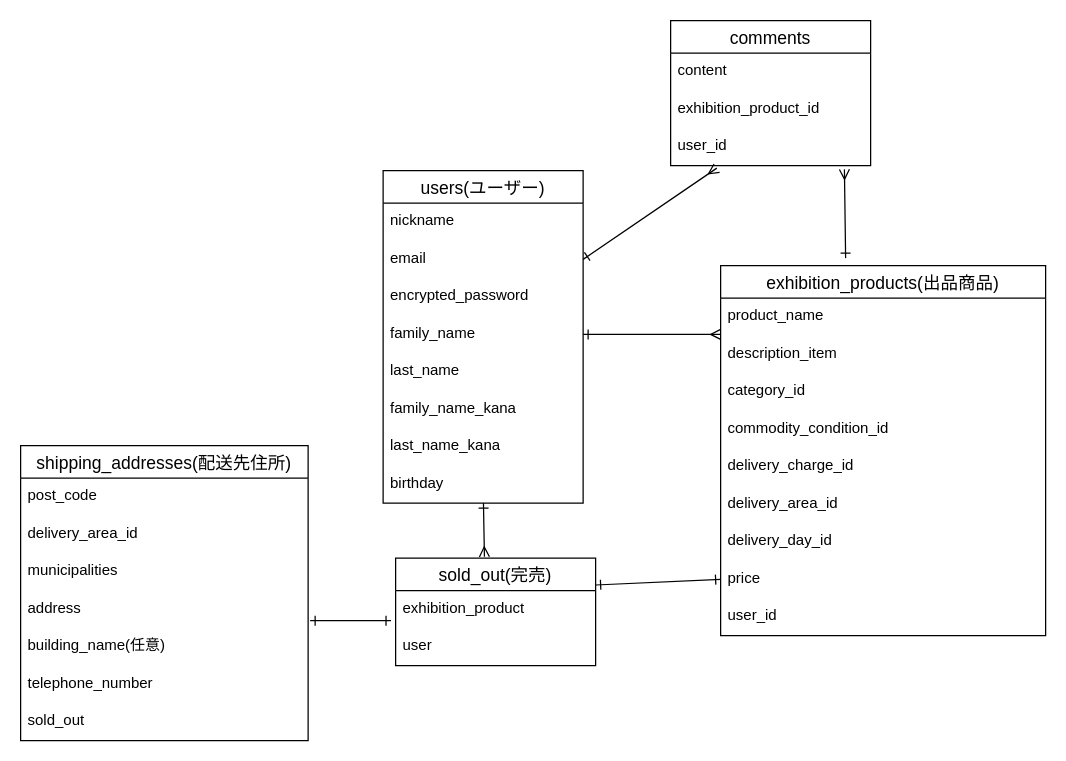
Earlier version of the draw.io diagram .dio (chikati3/furima-38800). Source tidied: cells renumbered, new cells numbered last; positions are measured from the earlier drawing's top-left corner, leaving out a move shared by most shapes. Both pictures are drawn from the tidied source at 125%, with x=0, y=0 at pixel (20, 20).
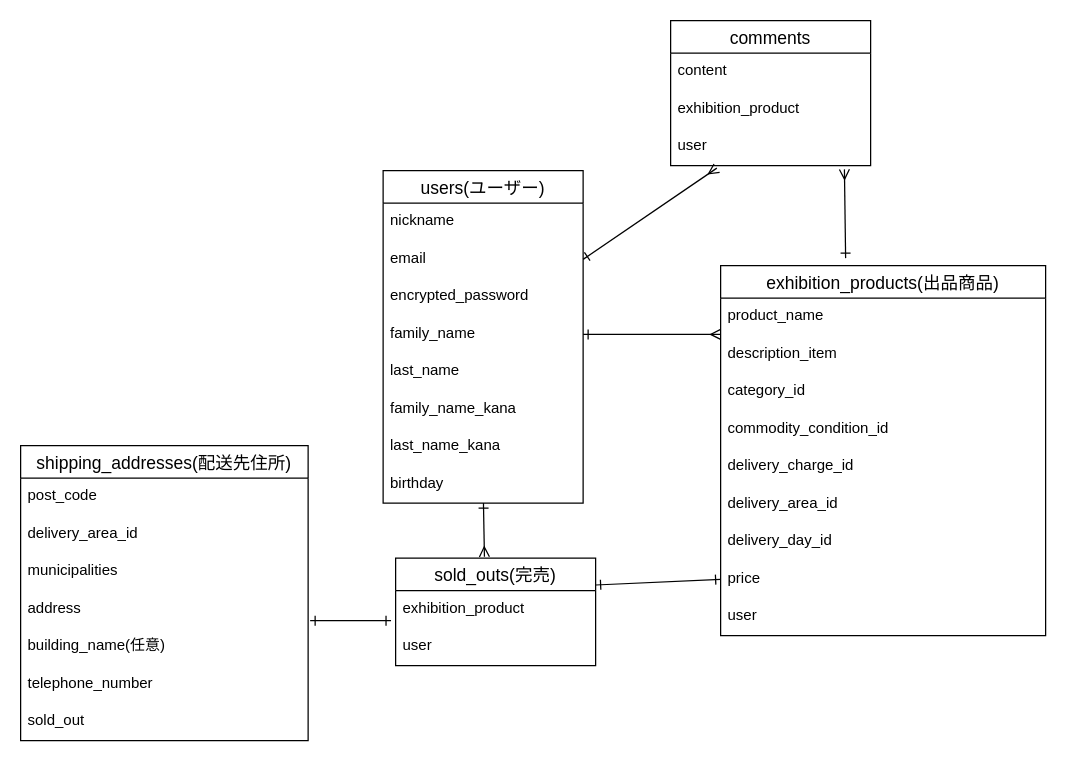
The same page after the edit.

Commit message:
データベース設計修正

The change refers to these unchanged cells:
```xml
<mxCell id="12" value="exhibition_products(出品商品)" style="swimlane;fontStyle=0;horizontal=1;startSize=26;align=center;fontSize=14;" parent="1" vertex="1">
  <mxGeometry x="560" y="196" width="260" height="296" as="geometry" />
</mxCell>
<mxCell id="36" value="comments" style="swimlane;fontStyle=0;horizontal=1;startSize=26;align=center;fontSize=14;labelBorderColor=none;strokeColor=default;" parent="1" vertex="1">
  <mxGeometry x="520" width="160" height="116" as="geometry" />
</mxCell>
```

What changed in the source:
```diff
@@
-    <mxCell id="21" value="user_id" style="text;strokeColor=none;fillColor=none;spacingLeft=4;spacingRight=4;overflow=hidden;fontSize=12;" parent="12" vertex="1">
+    <mxCell id="21" value="user" style="text;strokeColor=none;fillColor=none;spacingLeft=4;spacingRight=4;overflow=hidden;fontSize=12;" parent="12" vertex="1">
       <mxGeometry y="266" width="260" height="30" as="geometry" />
     </mxCell>
-    <mxCell id="22" value="sold_out(完売)" style="swimlane;fontStyle=0;horizontal=1;startSize=26;align=center;fontSize=14;" parent="1" vertex="1">
+    <mxCell id="22" value="sold_outs(完売)" style="swimlane;fontStyle=0;horizontal=1;startSize=26;align=center;fontSize=14;" parent="1" vertex="1">
       <mxGeometry x="300" y="430" width="160" height="86" as="geometry" />
     </mxCell>
@@
-    <mxCell id="38" value="exhibition_product_id" style="text;strokeColor=none;fillColor=none;spacingLeft=4;spacingRight=4;overflow=hidden;fontSize=12;labelBorderColor=none;" parent="36" vertex="1">
+    <mxCell id="38" value="exhibition_product" style="text;strokeColor=none;fillColor=none;spacingLeft=4;spacingRight=4;overflow=hidden;fontSize=12;labelBorderColor=none;" parent="36" vertex="1">
       <mxGeometry y="56" width="160" height="30" as="geometry" />
     </mxCell>
-    <mxCell id="39" value="user_id" style="text;strokeColor=none;fillColor=none;spacingLeft=4;spacingRight=4;overflow=hidden;points=[[0,0.5],[1,0.5]];portConstraint=eastwest;fontSize=12;labelBorderColor=none;" parent="36" vertex="1">
+    <mxCell id="39" value="user" style="text;strokeColor=none;fillColor=none;spacingLeft=4;spacingRight=4;overflow=hidden;points=[[0,0.5],[1,0.5]];portConstraint=eastwest;fontSize=12;labelBorderColor=none;" parent="36" vertex="1">
       <mxGeometry y="86" width="160" height="30" as="geometry" />
     </mxCell>
```
